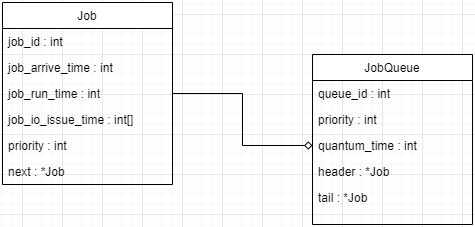
Above: mlfq/DS.drawio.png in ymtowya/hw5600 (draw.io), before the change. Source tidied: cells renumbered, new cells last; positions are measured from the earlier drawing's top-left corner, leaving out a move shared by most shapes.
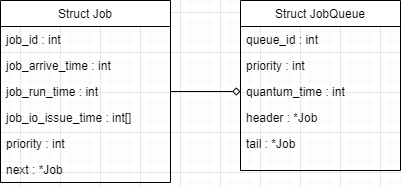
Later version of the same file.

The edit, as a diff of the source:
```diff
@@ -2,8 +2,8 @@
   <root>
     <mxCell id="0" />
     <mxCell id="1" parent="0" />
-    <mxCell id="2" value="Job" style="swimlane;fontStyle=0;align=center;verticalAlign=top;horizontal=1;startSize=26;rounded=0;shadow=0;strokeWidth=1;swimlaneLine=1;" parent="1" vertex="1">
-      <mxGeometry width="170" height="182" as="geometry" />
+    <mxCell id="2" value="Struct Job" style="swimlane;fontStyle=0;align=center;verticalAlign=top;horizontal=1;startSize=26;rounded=0;shadow=0;strokeWidth=1;swimlaneLine=1;" parent="1" vertex="1">
+      <mxGeometry x="-40" width="170" height="182" as="geometry" />
     </mxCell>
     <mxCell id="3" value="job_id : int" style="text;align=left;verticalAlign=top;spacingLeft=4;spacingRight=4;overflow=hidden;" parent="2" vertex="1">
       <mxGeometry y="26" width="170" height="26" as="geometry" />
@@ -23,8 +23,8 @@
     <mxCell id="8" value="next : *Job" style="text;align=left;verticalAlign=top;spacingLeft=4;spacingRight=4;overflow=hidden;rounded=0;shadow=0;html=0;" parent="2" vertex="1">
       <mxGeometry y="156" width="170" height="26" as="geometry" />
     </mxCell>
-    <mxCell id="9" value="JobQueue" style="swimlane;fontStyle=0;align=center;verticalAlign=top;horizontal=1;startSize=26;rounded=0;shadow=0;strokeWidth=1;" parent="1" vertex="1">
-      <mxGeometry x="310" y="52" width="160" height="170" as="geometry" />
+    <mxCell id="9" value="Struct JobQueue" style="swimlane;fontStyle=0;align=center;verticalAlign=top;horizontal=1;startSize=26;rounded=0;shadow=0;strokeWidth=1;" parent="1" vertex="1">
+      <mxGeometry x="200" width="160" height="170" as="geometry" />
     </mxCell>
     <mxCell id="10" value="queue_id : int" style="text;align=left;verticalAlign=top;spacingLeft=4;spacingRight=4;overflow=hidden;" parent="9" vertex="1">
       <mxGeometry y="26" width="160" height="26" as="geometry" />
```
